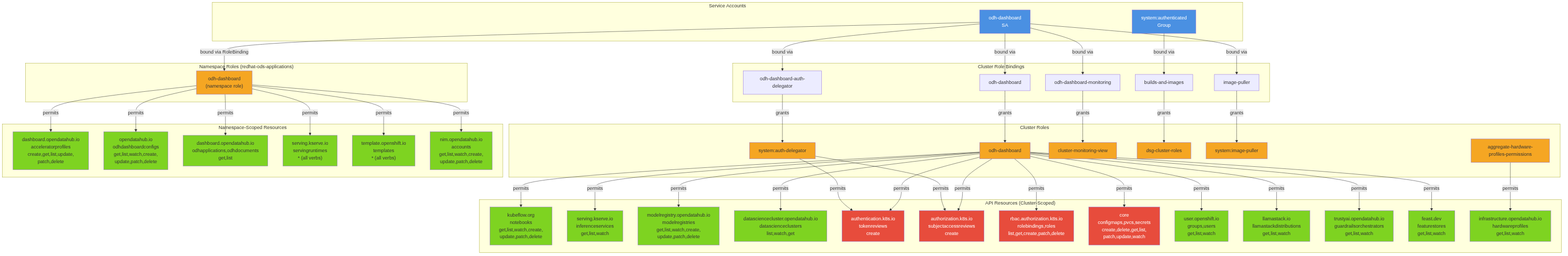
This is architecture/rhoai-3.4-ea.1/diagrams/odh-dashboard-rbac.png from rhuss/architecture-context, a Mermaid export, as it was before one commit. Its source is kept beside it as architecture/rhoai-3.4-ea.1/diagrams/odh-dashboard-rbac.mmd.
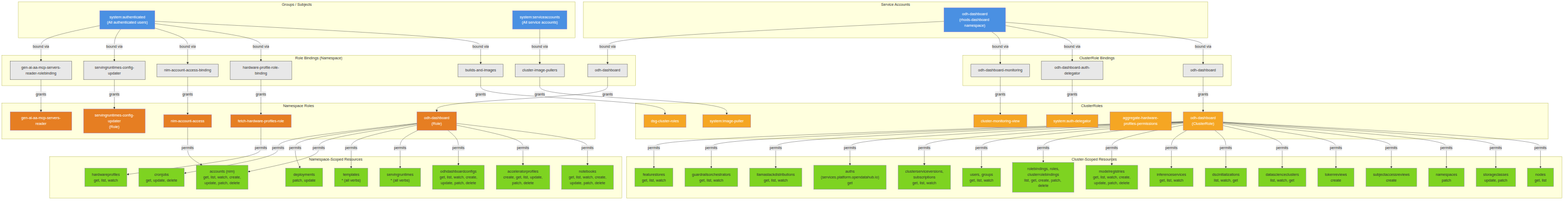
Above is the later version.

The edit, as a diff of the source:
```diff
@@ -1,117 +1,182 @@
 
 graph TD
     subgraph ServiceAccounts["Service Accounts"]
-        SA["odh-dashboard<br/>SA"]
-        AuthGroup["system:authenticated<br/>Group"]
+        SA["odh-dashboard<br/>(rhods-dashboard namespace)"]
     end
 
-    subgraph ClusterRoleBindings["Cluster Role Bindings"]
+    subgraph Groups["Groups / Subjects"]
+        AuthUsers["system:authenticated<br/>(All authenticated users)"]
+        SvcAccts["system:serviceaccounts<br/>(All service accounts)"]
+    end
+
+    subgraph ClusterRoleBindings["ClusterRole Bindings"]
         CRB1["odh-dashboard"]
         CRB2["odh-dashboard-auth-delegator"]
         CRB3["odh-dashboard-monitoring"]
-        CRB4["builds-and-images"]
-        CRB5["image-puller"]
     end
 
-    subgraph ClusterRoles["Cluster Roles"]
-        CR1["odh-dashboard"]
+    subgraph RoleBindings["Role Bindings (Namespace)"]
+        RB1["odh-dashboard"]
+        RB2["builds-and-images"]
+        RB3["hardware-profile-role-binding"]
+        RB4["nim-account-access-binding"]
+        RB5["servingruntimes-config-updater"]
+        RB6["gen-ai-aa-mcp-servers-reader-rolebinding"]
+        RB7["cluster-image-pullers"]
+    end
+
+    subgraph ClusterRoles["ClusterRoles"]
+        CR1["odh-dashboard<br/>(ClusterRole)"]
         CR2["system:auth-delegator"]
         CR3["cluster-monitoring-view"]
         CR4["dsg-cluster-roles"]
-        CR5["system:image-puller"]
-        CR6["aggregate-hardware-profiles-permissions"]
+        CR5["aggregate-hardware-profiles-permissions"]
+        CR6["system:image-puller"]
     end
 
-    subgraph APIResources["API Resources (Cluster-Scoped)"]
-        Notebooks["kubeflow.org<br/>notebooks<br/>get,list,watch,create,<br/>update,patch,delete"]
-        InferSvc["serving.kserve.io<br/>inferenceservices<br/>get,list,watch"]
-        ModelReg["modelregistry.opendatahub.io<br/>modelregistries<br/>get,list,watch,create,<br/>update,patch,delete"]
-        DSC["datasciencecluster.opendatahub.io<br/>datascienceclusters<br/>list,watch,get"]
-        TokenReview["authentication.k8s.io<br/>tokenreviews<br/>create"]
-        SAR["authorization.k8s.io<br/>subjectaccessreviews<br/>create"]
-        RBAC["rbac.authorization.k8s.io<br/>rolebindings,roles<br/>list,get,create,patch,delete"]
-        Secrets["core<br/>configmaps,pvcs,secrets<br/>create,delete,get,list,<br/>patch,update,watch"]
-        Users["user.openshift.io<br/>groups,users<br/>get,list,watch"]
-        LlamaStack["llamastack.io<br/>llamastackdistributions<br/>get,list,watch"]
-        Guardrails["trustyai.opendatahub.io<br/>guardrailsorchestrators<br/>get,list,watch"]
-        Feast["feast.dev<br/>featurestores<br/>get,list,watch"]
-        HWProf["infrastructure.opendatahub.io<br/>hardwareprofiles<br/>get,list,watch"]
+    subgraph NamespaceRoles["Namespace Roles"]
+        NR1["odh-dashboard<br/>(Role)"]
+        NR2["fetch-hardware-profiles-role"]
+        NR3["nim-account-access"]
+        NR4["servingruntimes-config-updater<br/>(Role)"]
+        NR5["gen-ai-aa-mcp-servers-reader"]
     end
 
-    subgraph NamespaceRoles["Namespace Roles (redhat-ods-applications)"]
-        NR1["odh-dashboard<br/>(namespace role)"]
+    subgraph ClusterResources["Cluster-Scoped Resources"]
+        R_Nodes["nodes<br/>get, list"]
+        R_Storage["storageclasses<br/>update, patch"]
+        R_NS["namespaces<br/>patch"]
+        R_SAR["subjectaccessreviews<br/>create"]
+        R_TR["tokenreviews<br/>create"]
+        R_DSC["datascienceclusters<br/>list, watch, get"]
+        R_DSCI["dscinitializations<br/>list, watch, get"]
+        R_InfSvc["inferenceservices<br/>get, list, watch"]
+        R_ModelReg["modelregistries<br/>get, list, watch, create,<br/>update, patch, delete"]
+        R_RBAC["rolebindings, roles,<br/>clusterrolebindings<br/>list, get, create, patch, delete"]
+        R_Users["users, groups<br/>get, list, watch"]
+        R_CSV["clusterserviceversions,<br/>subscriptions<br/>get, list, watch"]
+        R_Auths["auths<br/>(services.platform.opendatahub.io)<br/>get"]
+        R_Llama["llamastackdistributions<br/>get, list, watch"]
+        R_Guardrails["guardrailsorchestrators<br/>get, list, watch"]
+        R_Feast["featurestores<br/>get, list, watch"]
     end
 
     subgraph NamespaceResources["Namespace-Scoped Resources"]
-        AccProf["dashboard.opendatahub.io<br/>acceleratorprofiles<br/>create,get,list,update,<br/>patch,delete"]
-        OdhConfig["opendatahub.io<br/>odhdashboardconfigs<br/>get,list,watch,create,<br/>update,patch,delete"]
-        OdhApps["dashboard.opendatahub.io<br/>odhapplications,odhdocuments<br/>get,list"]
-        ServRT["serving.kserve.io<br/>servingruntimes<br/>* (all verbs)"]
-        Templates["template.openshift.io<br/>templates<br/>* (all verbs)"]
-        NIMAccts["nim.opendatahub.io<br/>accounts<br/>get,list,watch,create,<br/>update,patch,delete"]
+        NR_Notebooks["notebooks<br/>get, list, watch, create,<br/>update, patch, delete"]
+        NR_AccelProf["acceleratorprofiles<br/>create, get, list, update,<br/>patch, delete"]
+        NR_DashConfig["odhdashboardconfigs<br/>get, list, watch, create,<br/>update, patch, delete"]
+        NR_ServRT["servingruntimes<br/>* (all verbs)"]
+        NR_Templates["templates<br/>* (all verbs)"]
+        NR_NIM["accounts (nim)<br/>get, list, watch, create,<br/>update, patch, delete"]
+        NR_Deploys["deployments<br/>patch, update"]
+        NR_CronJobs["cronjobs<br/>get, update, delete"]
+        NR_HWProf["hardwareprofiles<br/>get, list, watch"]
     end
 
     SA -->|"bound via"| CRB1
     SA -->|"bound via"| CRB2
     SA -->|"bound via"| CRB3
-    SA -->|"bound via"| CRB5
-    AuthGroup -->|"bound via"| CRB4
-
     CRB1 -->|"grants"| CR1
     CRB2 -->|"grants"| CR2
     CRB3 -->|"grants"| CR3
-    CRB4 -->|"grants"| CR4
-    CRB5 -->|"grants"| CR5
 
-    CR1 -->|"permits"| Notebooks
-    CR1 -->|"permits"| InferSvc
-    CR1 -->|"permits"| ModelReg
-    CR1 -->|"permits"| DSC
-    CR1 -->|"permits"| TokenReview
-    CR1 -->|"permits"| SAR
-    CR1 -->|"permits"| RBAC
-    CR1 -->|"permits"| Secrets
-    CR1 -->|"permits"| Users
-    CR1 -->|"permits"| LlamaStack
-    CR1 -->|"permits"| Guardrails
-    CR1 -->|"permits"| Feast
-    CR2 -->|"permits"| TokenReview
-    CR2 -->|"permits"| SAR
-    CR6 -->|"permits"| HWProf
+    SA -->|"bound via"| RB1
+    RB1 -->|"grants"| NR1
 
-    SA -->|"bound via RoleBinding"| NR1
-    NR1 -->|"permits"| AccProf
-    NR1 -->|"permits"| OdhConfig
-    NR1 -->|"permits"| OdhApps
-    NR1 -->|"permits"| ServRT
-    NR1 -->|"permits"| Templates
-    NR1 -->|"permits"| NIMAccts
+    AuthUsers -->|"bound via"| RB2
+    AuthUsers -->|"bound via"| RB3
+    AuthUsers -->|"bound via"| RB4
+    AuthUsers -->|"bound via"| RB5
+    AuthUsers -->|"bound via"| RB6
+    SvcAccts -->|"bound via"| RB7
+
+    RB2 -->|"grants"| CR4
+    RB3 -->|"grants"| NR2
+    RB4 -->|"grants"| NR3
+    RB5 -->|"grants"| NR4
+    RB6 -->|"grants"| NR5
+    RB7 -->|"grants"| CR6
+
+    CR1 -->|"permits"| R_Nodes
+    CR1 -->|"permits"| R_Storage
+    CR1 -->|"permits"| R_NS
+    CR1 -->|"permits"| R_SAR
+    CR1 -->|"permits"| R_TR
+    CR1 -->|"permits"| R_DSC
+    CR1 -->|"permits"| R_DSCI
+    CR1 -->|"permits"| R_InfSvc
+    CR1 -->|"permits"| R_ModelReg
+    CR1 -->|"permits"| R_RBAC
+    CR1 -->|"permits"| R_Users
+    CR1 -->|"permits"| R_CSV
+    CR1 -->|"permits"| R_Auths
+    CR1 -->|"permits"| R_Llama
+    CR1 -->|"permits"| R_Guardrails
+    CR1 -->|"permits"| R_Feast
+
+    NR1 -->|"permits"| NR_Notebooks
+    NR1 -->|"permits"| NR_AccelProf
+    NR1 -->|"permits"| NR_DashConfig
+    NR1 -->|"permits"| NR_ServRT
+    NR1 -->|"permits"| NR_Templates
+    NR1 -->|"permits"| NR_NIM
+    NR1 -->|"permits"| NR_Deploys
+    NR1 -->|"permits"| NR_CronJobs
+
+    NR2 -->|"permits"| NR_HWProf
+    NR3 -->|"permits"| NR_NIM
 
     style SA fill:#4a90e2,color:#fff
-    style AuthGroup fill:#4a90e2,color:#fff
-    style CR1 fill:#f5a623
-    style CR2 fill:#f5a623
-    style CR3 fill:#f5a623
-    style CR4 fill:#f5a623
-    style CR5 fill:#f5a623
-    style CR6 fill:#f5a623
-    style NR1 fill:#f5a623
-    style Notebooks fill:#7ed321
-    style InferSvc fill:#7ed321
-    style ModelReg fill:#7ed321
-    style DSC fill:#7ed321
-    style TokenReview fill:#e74c3c,color:#fff
-    style SAR fill:#e74c3c,color:#fff
-    style RBAC fill:#e74c3c,color:#fff
-    style Secrets fill:#e74c3c,color:#fff
-    style Users fill:#7ed321
-    style LlamaStack fill:#7ed321
-    style Guardrails fill:#7ed321
-    style Feast fill:#7ed321
-    style HWProf fill:#7ed321
-    style AccProf fill:#7ed321
-    style OdhConfig fill:#7ed321
-    style OdhApps fill:#7ed321
-    style ServRT fill:#7ed321
-    style Templates fill:#7ed321
-    style NIMAccts fill:#7ed321
+    style AuthUsers fill:#4a90e2,color:#fff
+    style SvcAccts fill:#4a90e2,color:#fff
+
+    style CRB1 fill:#e8e8e8,stroke:#333
+    style CRB2 fill:#e8e8e8,stroke:#333
+    style CRB3 fill:#e8e8e8,stroke:#333
+    style RB1 fill:#e8e8e8,stroke:#333
+    style RB2 fill:#e8e8e8,stroke:#333
+    style RB3 fill:#e8e8e8,stroke:#333
+    style RB4 fill:#e8e8e8,stroke:#333
+    style RB5 fill:#e8e8e8,stroke:#333
+    style RB6 fill:#e8e8e8,stroke:#333
+    style RB7 fill:#e8e8e8,stroke:#333
+
+    style CR1 fill:#f5a623,color:#fff
+    style CR2 fill:#f5a623,color:#fff
+    style CR3 fill:#f5a623,color:#fff
+    style CR4 fill:#f5a623,color:#fff
+    style CR5 fill:#f5a623,color:#fff
+    style CR6 fill:#f5a623,color:#fff
+
+    style NR1 fill:#e67e22,color:#fff
+    style NR2 fill:#e67e22,color:#fff
+    style NR3 fill:#e67e22,color:#fff
+    style NR4 fill:#e67e22,color:#fff
+    style NR5 fill:#e67e22,color:#fff
+
+    style R_Nodes fill:#7ed321
+    style R_Storage fill:#7ed321
+    style R_NS fill:#7ed321
+    style R_SAR fill:#7ed321
+    style R_TR fill:#7ed321
+    style R_DSC fill:#7ed321
+    style R_DSCI fill:#7ed321
+    style R_InfSvc fill:#7ed321
+    style R_ModelReg fill:#7ed321
+    style R_RBAC fill:#7ed321
+    style R_Users fill:#7ed321
+    style R_CSV fill:#7ed321
+    style R_Auths fill:#7ed321
+    style R_Llama fill:#7ed321
+    style R_Guardrails fill:#7ed321
+    style R_Feast fill:#7ed321
+
+    style NR_Notebooks fill:#7ed321
+    style NR_AccelProf fill:#7ed321
+    style NR_DashConfig fill:#7ed321
+    style NR_ServRT fill:#7ed321
+    style NR_Templates fill:#7ed321
+    style NR_NIM fill:#7ed321
+    style NR_Deploys fill:#7ed321
+    style NR_CronJobs fill:#7ed321
+    style NR_HWProf fill:#7ed321
```
